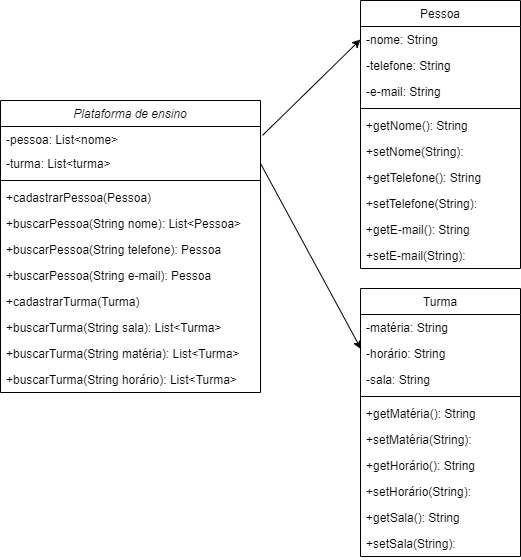
Before: Engenharia 1/exercício 2.drawio.png, a diagram exported from draw.io (Gabriel-Coutinho0/BERTOTI). Source tidied: cells renumbered, new cells last; positions are measured from the earlier drawing's top-left corner, leaving out a move shared by most shapes.
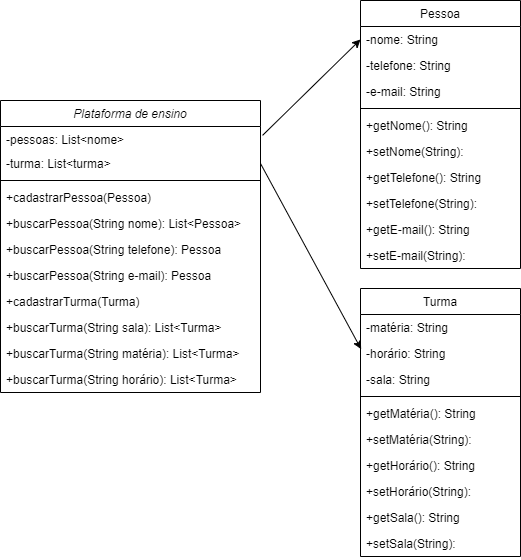
After the commit.

The edit, as a diff of the source:
```diff
@@ -5,7 +5,7 @@
     <mxCell id="2" value="Plataforma de ensino" style="swimlane;fontStyle=2;align=center;verticalAlign=top;horizontal=1;startSize=26;rounded=0;shadow=0;strokeWidth=1;" parent="1" vertex="1">
       <mxGeometry y="100" width="260" height="292" as="geometry" />
     </mxCell>
-    <mxCell id="3" value="-pessoa: List&lt;nome&gt;    " style="text;align=left;verticalAlign=top;spacingLeft=4;spacingRight=4;overflow=hidden;points=[[0,0.5],[1,0.5]];portConstraint=eastwest;" parent="2" vertex="1">
+    <mxCell id="3" value="-pessoas: List&lt;nome&gt;    " style="text;align=left;verticalAlign=top;spacingLeft=4;spacingRight=4;overflow=hidden;points=[[0,0.5],[1,0.5]];portConstraint=eastwest;" parent="2" vertex="1">
       <mxGeometry y="26" width="260" height="24" as="geometry" />
     </mxCell>
     <mxCell id="4" value="-turma: List&lt;turma&gt;" style="text;align=left;verticalAlign=top;spacingLeft=4;spacingRight=4;overflow=hidden;points=[[0,0.5],[1,0.5]];portConstraint=eastwest;rounded=0;shadow=0;html=0;" parent="2" vertex="1">
```
